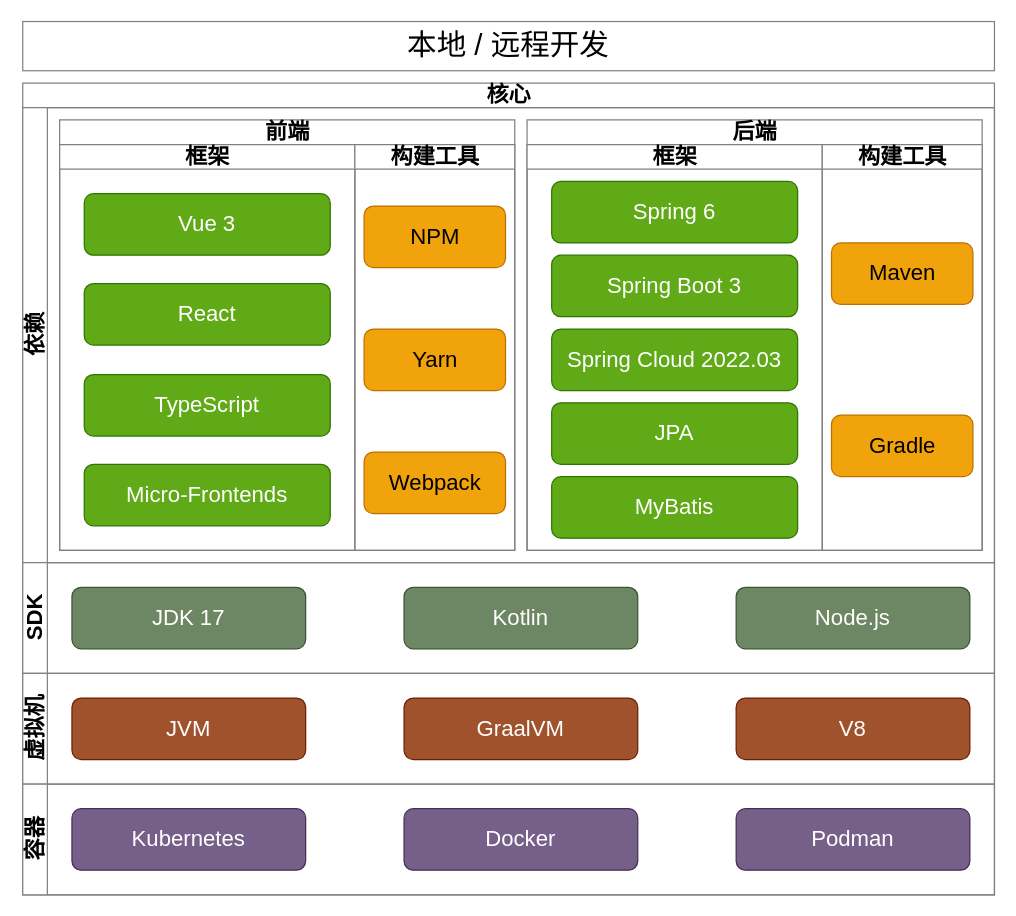
O70/diagram-hub keeps this draw.io diagram as cmp/cmp-technical-architecture-diagram.drawio. Above is the earlier version. Source tidied: cells renumbered, new cells numbered last; positions are measured from the earlier drawing's top-left corner, leaving out a move shared by most shapes. Both pictures are drawn from the tidied source at 123%, with x=0, y=0 at pixel (22, 21).
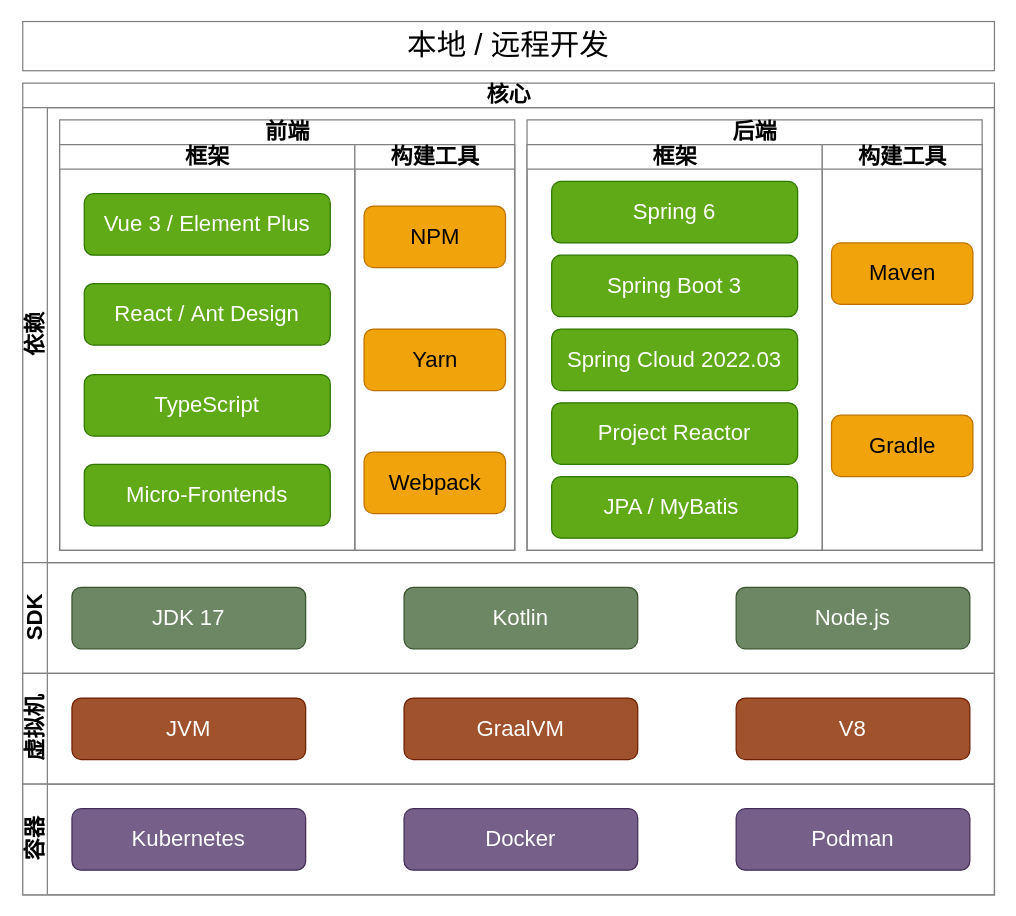
The same diagram, later.

Unchanged cells that the change refers to:
```xml
<mxCell id="5" value="&lt;font size=&quot;4&quot;&gt;框架&lt;/font&gt;" style="swimlane;startSize=20;html=1;strokeColor=#808080;" parent="4" vertex="1">
  <mxGeometry y="20" width="240" height="330" as="geometry" />
</mxCell>
<mxCell id="15" value="&lt;font size=&quot;4&quot;&gt;框架&lt;/font&gt;" style="swimlane;startSize=20;html=1;strokeColor=#808080;" parent="14" vertex="1">
  <mxGeometry y="20" width="240" height="330" as="geometry" />
</mxCell>
```

What changed in the source:
```diff
@@
-    <mxCell id="6" value="&lt;font size=&quot;4&quot;&gt;Vue 3&lt;/font&gt;" style="rounded=1;whiteSpace=wrap;html=1;fillColor=#60a917;strokeColor=#2D7600;fontColor=#ffffff;flipV=0;" parent="5" vertex="1">
+    <mxCell id="6" value="&lt;font size=&quot;4&quot;&gt;Vue 3 / Element Plus&lt;/font&gt;" style="rounded=1;whiteSpace=wrap;html=1;fillColor=#60a917;strokeColor=#2D7600;fontColor=#ffffff;flipV=0;" parent="5" vertex="1">
       <mxGeometry x="20" y="40" width="200" height="50" as="geometry" />
     </mxCell>
@@
-    <mxCell id="9" value="&lt;font size=&quot;4&quot;&gt;React&lt;/font&gt;" style="rounded=1;whiteSpace=wrap;html=1;fillColor=#60a917;strokeColor=#2D7600;fontColor=#ffffff;flipV=0;" parent="5" vertex="1">
+    <mxCell id="9" value="&lt;font size=&quot;4&quot;&gt;React /&amp;nbsp;&lt;/font&gt;&lt;font style=&quot;font-size: 18px;&quot;&gt;Ant Design&lt;/font&gt;" style="rounded=1;whiteSpace=wrap;html=1;fillColor=#60a917;strokeColor=#2D7600;fontColor=#ffffff;flipV=0;" parent="5" vertex="1">
       <mxGeometry x="20" y="113" width="200" height="50" as="geometry" />
     </mxCell>
@@
-    <mxCell id="17" value="&lt;font size=&quot;4&quot;&gt;MyBatis&lt;/font&gt;" style="rounded=1;whiteSpace=wrap;html=1;fillColor=#60a917;strokeColor=#2D7600;fontColor=#ffffff;flipV=0;" parent="15" vertex="1">
+    <mxCell id="17" value="&lt;font size=&quot;4&quot;&gt;JPA / MyBatis&amp;nbsp;&lt;/font&gt;" style="rounded=1;whiteSpace=wrap;html=1;fillColor=#60a917;strokeColor=#2D7600;fontColor=#ffffff;flipV=0;" parent="15" vertex="1">
       <mxGeometry x="20" y="270" width="200" height="50" as="geometry" />
     </mxCell>
-    <mxCell id="18" value="&lt;font size=&quot;4&quot;&gt;JPA&lt;/font&gt;" style="rounded=1;whiteSpace=wrap;html=1;fillColor=#60a917;strokeColor=#2D7600;fontColor=#ffffff;flipV=0;" parent="15" vertex="1">
+    <mxCell id="18" value="&lt;font style=&quot;font-size: 18px;&quot;&gt;Project Reactor&lt;/font&gt;" style="rounded=1;whiteSpace=wrap;html=1;fillColor=#60a917;strokeColor=#2D7600;fontColor=#ffffff;flipV=0;" parent="15" vertex="1">
       <mxGeometry x="20" y="210" width="200" height="50" as="geometry" />
     </mxCell>
```
